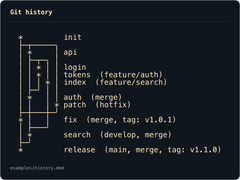
apresmoi/glyphcss-diagrams keeps this Mermaid diagram as assets/history.png. Above is the earlier version. Its source is kept beside it as examples/history.mmd.
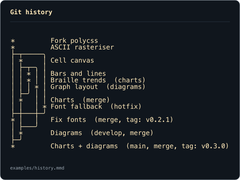
After the change.

Commit message:
docs: tell glyphcss's own history in the git history tile

The edit, as a diff of the source:
```diff
@@ -1,25 +1,26 @@
 gitGraph
-  commit id: "init"
+  commit id: "Fork polycss"
+  commit id: "ASCII rasteriser"
   branch develop
   checkout develop
-  commit id: "api"
-  branch feature/auth
-  checkout feature/auth
-  commit id: "login"
-  commit id: "tokens"
+  commit id: "Cell canvas"
+  branch charts
+  checkout charts
+  commit id: "Bars and lines"
+  commit id: "Braille trends"
   checkout develop
-  branch feature/search
-  checkout feature/search
-  commit id: "index"
+  branch diagrams
+  checkout diagrams
+  commit id: "Graph layout"
   checkout develop
-  merge feature/auth id: "auth"
+  merge charts id: "Charts"
   checkout main
   branch hotfix
   checkout hotfix
-  commit id: "patch"
+  commit id: "Font fallback"
   checkout main
-  merge hotfix id: "fix" tag: "v1.0.1"
+  merge hotfix id: "Fix fonts" tag: "v0.2.1"
   checkout develop
-  merge feature/search id: "search"
+  merge diagrams id: "Diagrams"
   checkout main
-  merge develop id: "release" tag: "v1.1.0"
+  merge develop id: "Charts + diagrams" tag: "v0.3.0"
```
